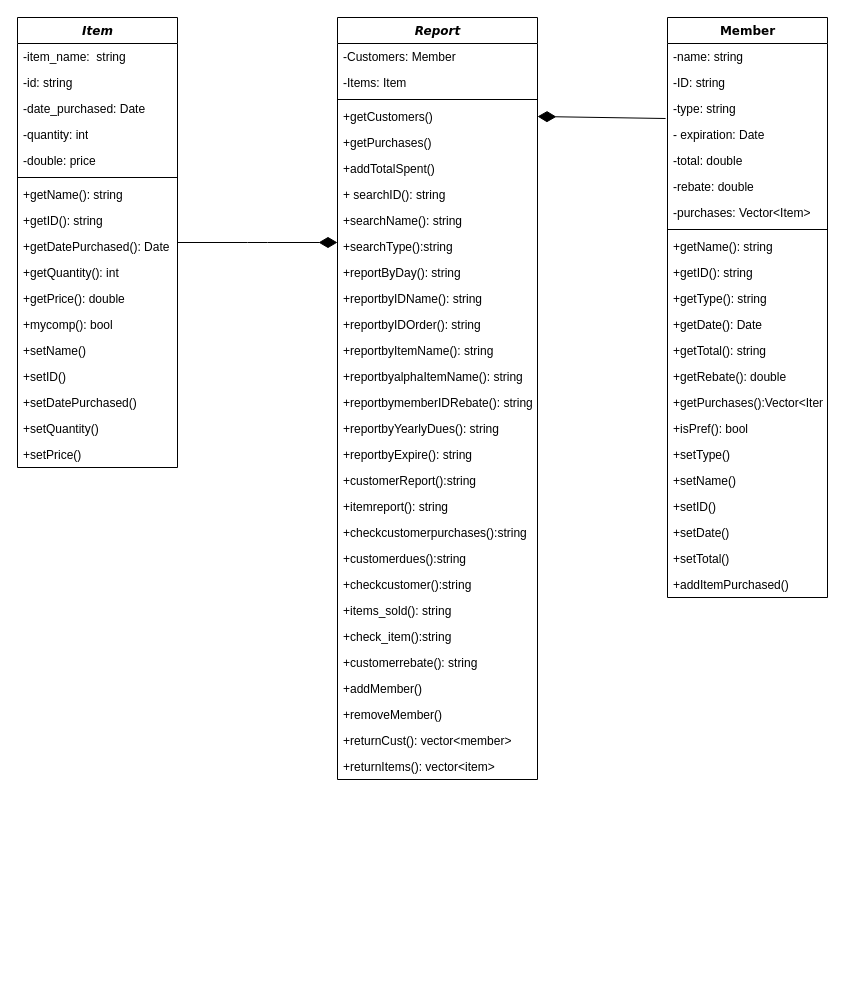
kpeterson5/hello-world keeps this draw.io diagram as Untitled Diagram.drawio. Above is the earlier version. Source tidied: cells renumbered, new cells numbered last; positions are measured from the earlier drawing's top-left corner, leaving out a move shared by most shapes. Both pictures are drawn from the tidied source at 100%, with x=0, y=0 at pixel (17, 17).
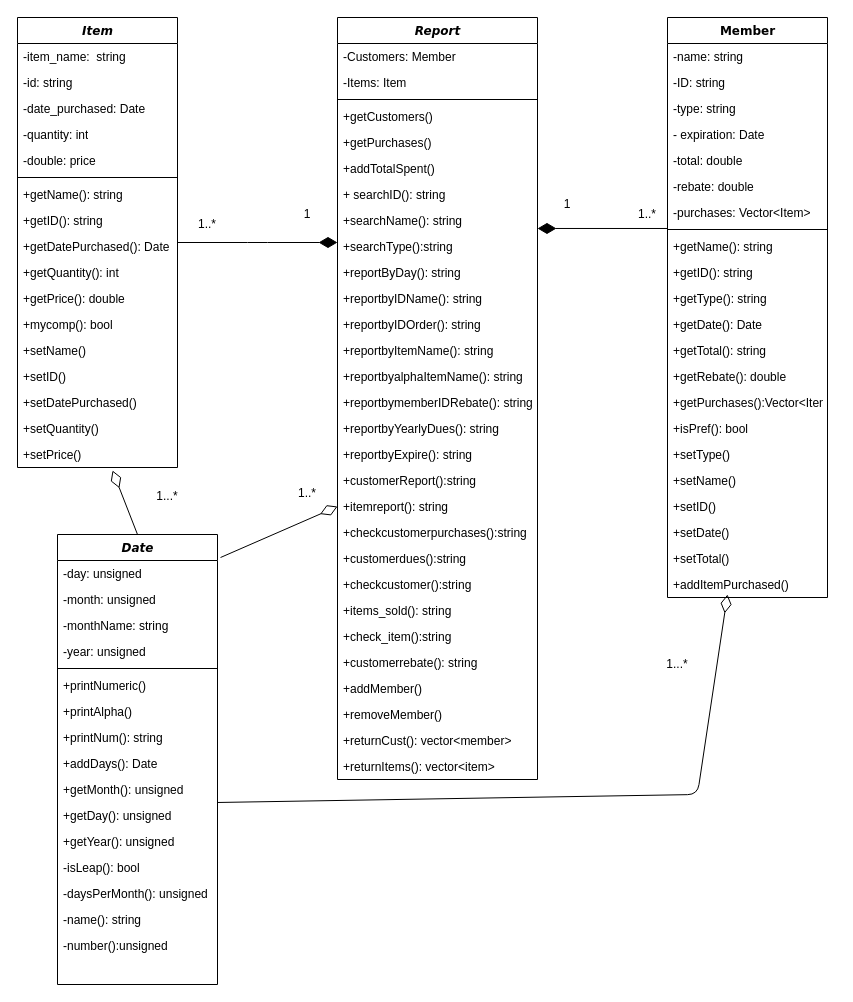
The same page after the edit.

The change refers to these unchanged cells:
```xml
<mxCell id="19" value="+setPrice()" style="text;html=1;strokeColor=none;fillColor=none;align=left;verticalAlign=top;spacingLeft=4;spacingRight=4;whiteSpace=wrap;overflow=hidden;points=[[0,0.5],[1,0.5]];portConstraint=eastwest;" parent="2" vertex="1">
  <mxGeometry y="424" width="160" height="26" as="geometry" />
</mxCell>
<mxCell id="24" value="+getCustomers()" style="text;html=1;strokeColor=none;fillColor=none;align=left;verticalAlign=top;spacingLeft=4;spacingRight=4;whiteSpace=wrap;overflow=hidden;points=[[0,0.5],[1,0.5]];portConstraint=eastwest;" parent="20" vertex="1">
  <mxGeometry y="86" width="200" height="26" as="geometry" />
</mxCell>
<mxCell id="29" value="+searchType():string" style="text;html=1;strokeColor=none;fillColor=none;align=left;verticalAlign=top;spacingLeft=4;spacingRight=4;whiteSpace=wrap;overflow=hidden;points=[[0,0.5],[1,0.5]];portConstraint=eastwest;" parent="20" vertex="1">
  <mxGeometry y="216" width="200" height="26" as="geometry" />
</mxCell>
<mxCell id="39" value="+itemreport(): string" style="text;html=1;strokeColor=none;fillColor=none;align=left;verticalAlign=top;spacingLeft=4;spacingRight=4;whiteSpace=wrap;overflow=hidden;points=[[0,0.5],[1,0.5]];portConstraint=eastwest;" parent="20" vertex="1">
  <mxGeometry y="476" width="200" height="26" as="geometry" />
</mxCell>
<mxCell id="50" value="Member" style="swimlane;html=1;fontStyle=1;align=center;verticalAlign=top;horizontal=1;startSize=26;swimlaneFillColor=#ffffff;rounded=0;shadow=0;comic=0;labelBackgroundColor=none;strokeColor=#000000;strokeWidth=1;fillColor=none;fontFamily=Verdana;fontSize=12;fontColor=#000000;" parent="1" vertex="1">
  <mxGeometry x="650" width="160" height="580" as="geometry" />
</mxCell>
<mxCell id="53" value="-type: string" style="text;html=1;strokeColor=none;fillColor=none;align=left;verticalAlign=top;spacingLeft=4;spacingRight=4;whiteSpace=wrap;overflow=hidden;points=[[0,0.5],[1,0.5]];portConstraint=eastwest;" parent="50" vertex="1">
  <mxGeometry y="78" width="160" height="26" as="geometry" />
</mxCell>
<mxCell id="57" value="-purchases: Vector&amp;lt;Item&amp;gt;" style="text;html=1;strokeColor=none;fillColor=none;align=left;verticalAlign=top;spacingLeft=4;spacingRight=4;whiteSpace=wrap;overflow=hidden;points=[[0,0.5],[1,0.5]];portConstraint=eastwest;" parent="50" vertex="1">
  <mxGeometry y="182" width="160" height="26" as="geometry" />
</mxCell>
```

Diff of the diagram source:
```diff
@@
+    <mxCell id="75" style="endArrow=diamondThin;html=1;exitX=0.994;exitY=0;exitDx=0;exitDy=0;exitPerimeter=0;endSize=16;endFill=0;" parent="50" edge="1" source="91">
+      <mxGeometry relative="1" as="geometry">
+        <mxPoint x="60" y="577" as="targetPoint" />
+        <Array as="points">
+          <mxPoint x="30" y="777" />
+        </Array>
+      </mxGeometry>
+    </mxCell>
@@
-    <mxCell id="74" style="endArrow=diamondThin;html=1;entryX=1;entryY=0.5;entryDx=0;entryDy=0;exitX=-0.012;exitY=0.885;exitDx=0;exitDy=0;endSize=16;endFill=1;exitPerimeter=0;" parent="1" edge="1" source="53" target="24">
+    <mxCell id="74" style="endArrow=diamondThin;html=1;entryX=1;entryY=-0.193;entryDx=0;entryDy=0;exitX=0;exitY=1.115;exitDx=0;exitDy=0;endSize=16;endFill=1;exitPerimeter=0;entryPerimeter=0;" parent="1" edge="1" source="57" target="29">
       <mxGeometry relative="1" as="geometry" />
     </mxCell>
+    <mxCell id="76" value="1..*" style="text;html=1;strokeColor=none;fillColor=none;align=center;verticalAlign=middle;whiteSpace=wrap;rounded=0;" parent="1" vertex="1">
+      <mxGeometry x="170" y="197" width="40" height="20" as="geometry" />
+    </mxCell>
+    <mxCell id="77" value="1..*" style="text;html=1;strokeColor=none;fillColor=none;align=center;verticalAlign=middle;whiteSpace=wrap;rounded=0;" parent="1" vertex="1">
+      <mxGeometry x="610" y="187" width="40" height="20" as="geometry" />
+    </mxCell>
+    <mxCell id="78" value="1" style="text;html=1;strokeColor=none;fillColor=none;align=center;verticalAlign=middle;whiteSpace=wrap;rounded=0;" parent="1" vertex="1">
+      <mxGeometry x="270" y="187" width="40" height="20" as="geometry" />
+    </mxCell>
+    <mxCell id="79" value="1" style="text;html=1;strokeColor=none;fillColor=none;align=center;verticalAlign=middle;whiteSpace=wrap;rounded=0;" parent="1" vertex="1">
+      <mxGeometry x="530" y="177" width="40" height="20" as="geometry" />
+    </mxCell>
+    <mxCell id="80" value="&lt;i&gt;Date&lt;/i&gt;" style="swimlane;html=1;fontStyle=1;align=center;verticalAlign=top;horizontal=1;startSize=26;swimlaneFillColor=#ffffff;rounded=0;shadow=0;comic=0;labelBackgroundColor=none;strokeColor=#000000;strokeWidth=1;fillColor=none;fontFamily=Verdana;fontSize=12;fontColor=#000000;" parent="1" vertex="1">
+      <mxGeometry x="40" y="517" width="160" height="450" as="geometry" />
+    </mxCell>
+    <mxCell id="81" value="-day: unsigned" style="text;html=1;strokeColor=none;fillColor=none;align=left;verticalAlign=top;spacingLeft=4;spacingRight=4;whiteSpace=wrap;overflow=hidden;points=[[0,0.5],[1,0.5]];portConstraint=eastwest;" parent="80" vertex="1">
+      <mxGeometry y="26" width="160" height="26" as="geometry" />
+    </mxCell>
+    <mxCell id="82" value="-month: unsigned" style="text;html=1;strokeColor=none;fillColor=none;align=left;verticalAlign=top;spacingLeft=4;spacingRight=4;whiteSpace=wrap;overflow=hidden;" parent="80" vertex="1">
+      <mxGeometry y="52" width="160" height="26" as="geometry" />
+    </mxCell>
+    <mxCell id="83" value="-monthName: string" style="text;html=1;strokeColor=none;fillColor=none;align=left;verticalAlign=top;spacingLeft=4;spacingRight=4;whiteSpace=wrap;overflow=hidden;" parent="80" vertex="1">
+      <mxGeometry y="78" width="160" height="26" as="geometry" />
+    </mxCell>
+    <mxCell id="84" value="-year: unsigned" style="text;html=1;strokeColor=none;fillColor=none;align=left;verticalAlign=top;spacingLeft=4;spacingRight=4;whiteSpace=wrap;overflow=hidden;" parent="80" vertex="1">
+      <mxGeometry y="104" width="160" height="26" as="geometry" />
+    </mxCell>
+    <mxCell id="85" style="line;html=1;strokeWidth=1;fillColor=none;align=left;verticalAlign=middle;spacingTop=-1;spacingLeft=3;spacingRight=3;labelPosition=right;" parent="80" vertex="1">
+      <mxGeometry y="130" width="160" height="8" as="geometry" />
+    </mxCell>
+    <mxCell id="86" value="+printNumeric()" style="text;html=1;strokeColor=none;fillColor=none;align=left;verticalAlign=top;spacingLeft=4;spacingRight=4;whiteSpace=wrap;overflow=hidden;" parent="80" vertex="1">
+      <mxGeometry y="138" width="160" height="26" as="geometry" />
+    </mxCell>
+    <mxCell id="87" value="+printAlpha()" style="text;html=1;strokeColor=none;fillColor=none;align=left;verticalAlign=top;spacingLeft=4;spacingRight=4;whiteSpace=wrap;overflow=hidden;" parent="80" vertex="1">
+      <mxGeometry y="164" width="160" height="26" as="geometry" />
+    </mxCell>
+    <mxCell id="88" value="+printNum(): string" style="text;html=1;strokeColor=none;fillColor=none;align=left;verticalAlign=top;spacingLeft=4;spacingRight=4;whiteSpace=wrap;overflow=hidden;" parent="80" vertex="1">
+      <mxGeometry y="190" width="160" height="26" as="geometry" />
+    </mxCell>
+    <mxCell id="89" value="+addDays(): Date" style="text;html=1;strokeColor=none;fillColor=none;align=left;verticalAlign=top;spacingLeft=4;spacingRight=4;whiteSpace=wrap;overflow=hidden;" parent="80" vertex="1">
+      <mxGeometry y="216" width="160" height="26" as="geometry" />
+    </mxCell>
+    <mxCell id="90" value="+getMonth(): unsigned" style="text;html=1;strokeColor=none;fillColor=none;align=left;verticalAlign=top;spacingLeft=4;spacingRight=4;whiteSpace=wrap;overflow=hidden;" parent="80" vertex="1">
+      <mxGeometry y="242" width="160" height="26" as="geometry" />
+    </mxCell>
+    <mxCell id="91" value="+getDay(): unsigned" style="text;html=1;strokeColor=none;fillColor=none;align=left;verticalAlign=top;spacingLeft=4;spacingRight=4;whiteSpace=wrap;overflow=hidden;points=[[0,0.5],[1,0.5]];portConstraint=eastwest;" parent="80" vertex="1">
+      <mxGeometry y="268" width="160" height="26" as="geometry" />
+    </mxCell>
+    <mxCell id="92" value="+getYear(): unsigned" style="text;html=1;strokeColor=none;fillColor=none;align=left;verticalAlign=top;spacingLeft=4;spacingRight=4;whiteSpace=wrap;overflow=hidden;" parent="80" vertex="1">
+      <mxGeometry y="294" width="160" height="26" as="geometry" />
+    </mxCell>
+    <mxCell id="93" value="-isLeap(): bool" style="text;html=1;strokeColor=none;fillColor=none;align=left;verticalAlign=top;spacingLeft=4;spacingRight=4;whiteSpace=wrap;overflow=hidden;" parent="80" vertex="1">
+      <mxGeometry y="320" width="160" height="26" as="geometry" />
+    </mxCell>
+    <mxCell id="94" value="-daysPerMonth(): unsigned" style="text;html=1;strokeColor=none;fillColor=none;align=left;verticalAlign=top;spacingLeft=4;spacingRight=4;whiteSpace=wrap;overflow=hidden;" parent="80" vertex="1">
+      <mxGeometry y="346" width="160" height="26" as="geometry" />
+    </mxCell>
+    <mxCell id="95" value="-name(): string" style="text;html=1;strokeColor=none;fillColor=none;align=left;verticalAlign=top;spacingLeft=4;spacingRight=4;whiteSpace=wrap;overflow=hidden;" parent="80" vertex="1">
+      <mxGeometry y="372" width="160" height="26" as="geometry" />
+    </mxCell>
+    <mxCell id="96" value="-number():unsigned" style="text;html=1;strokeColor=none;fillColor=none;align=left;verticalAlign=top;spacingLeft=4;spacingRight=4;whiteSpace=wrap;overflow=hidden;" parent="80" vertex="1">
+      <mxGeometry y="398" width="160" height="26" as="geometry" />
+    </mxCell>
+    <mxCell id="97" style="endArrow=diamondThin;html=1;exitX=0.5;exitY=0;exitDx=0;exitDy=0;entryX=0.594;entryY=1.115;entryDx=0;entryDy=0;entryPerimeter=0;endFill=0;endSize=16;" parent="1" edge="1" source="80" target="19">
+      <mxGeometry relative="1" as="geometry" />
+    </mxCell>
+    <mxCell id="98" value="1...*" style="text;html=1;strokeColor=none;fillColor=none;align=center;verticalAlign=middle;whiteSpace=wrap;rounded=0;" parent="1" vertex="1">
+      <mxGeometry x="130" y="469" width="40" height="20" as="geometry" />
+    </mxCell>
+    <mxCell id="99" value="1...*" style="text;html=1;strokeColor=none;fillColor=none;align=center;verticalAlign=middle;whiteSpace=wrap;rounded=0;" parent="1" vertex="1">
+      <mxGeometry x="640" y="637" width="40" height="20" as="geometry" />
+    </mxCell>
+    <mxCell id="100" style="endArrow=diamondThin;html=1;entryX=0;entryY=0.5;entryDx=0;entryDy=0;endFill=0;endSize=16;exitX=1.019;exitY=-0.115;exitDx=0;exitDy=0;exitPerimeter=0;" parent="1" edge="1" source="81" target="39">
+      <mxGeometry relative="1" as="geometry" />
+    </mxCell>
+    <mxCell id="101" value="1..*" style="text;html=1;strokeColor=none;fillColor=none;align=center;verticalAlign=middle;whiteSpace=wrap;rounded=0;" parent="1" vertex="1">
+      <mxGeometry x="270" y="466" width="40" height="20" as="geometry" />
+    </mxCell>
```
